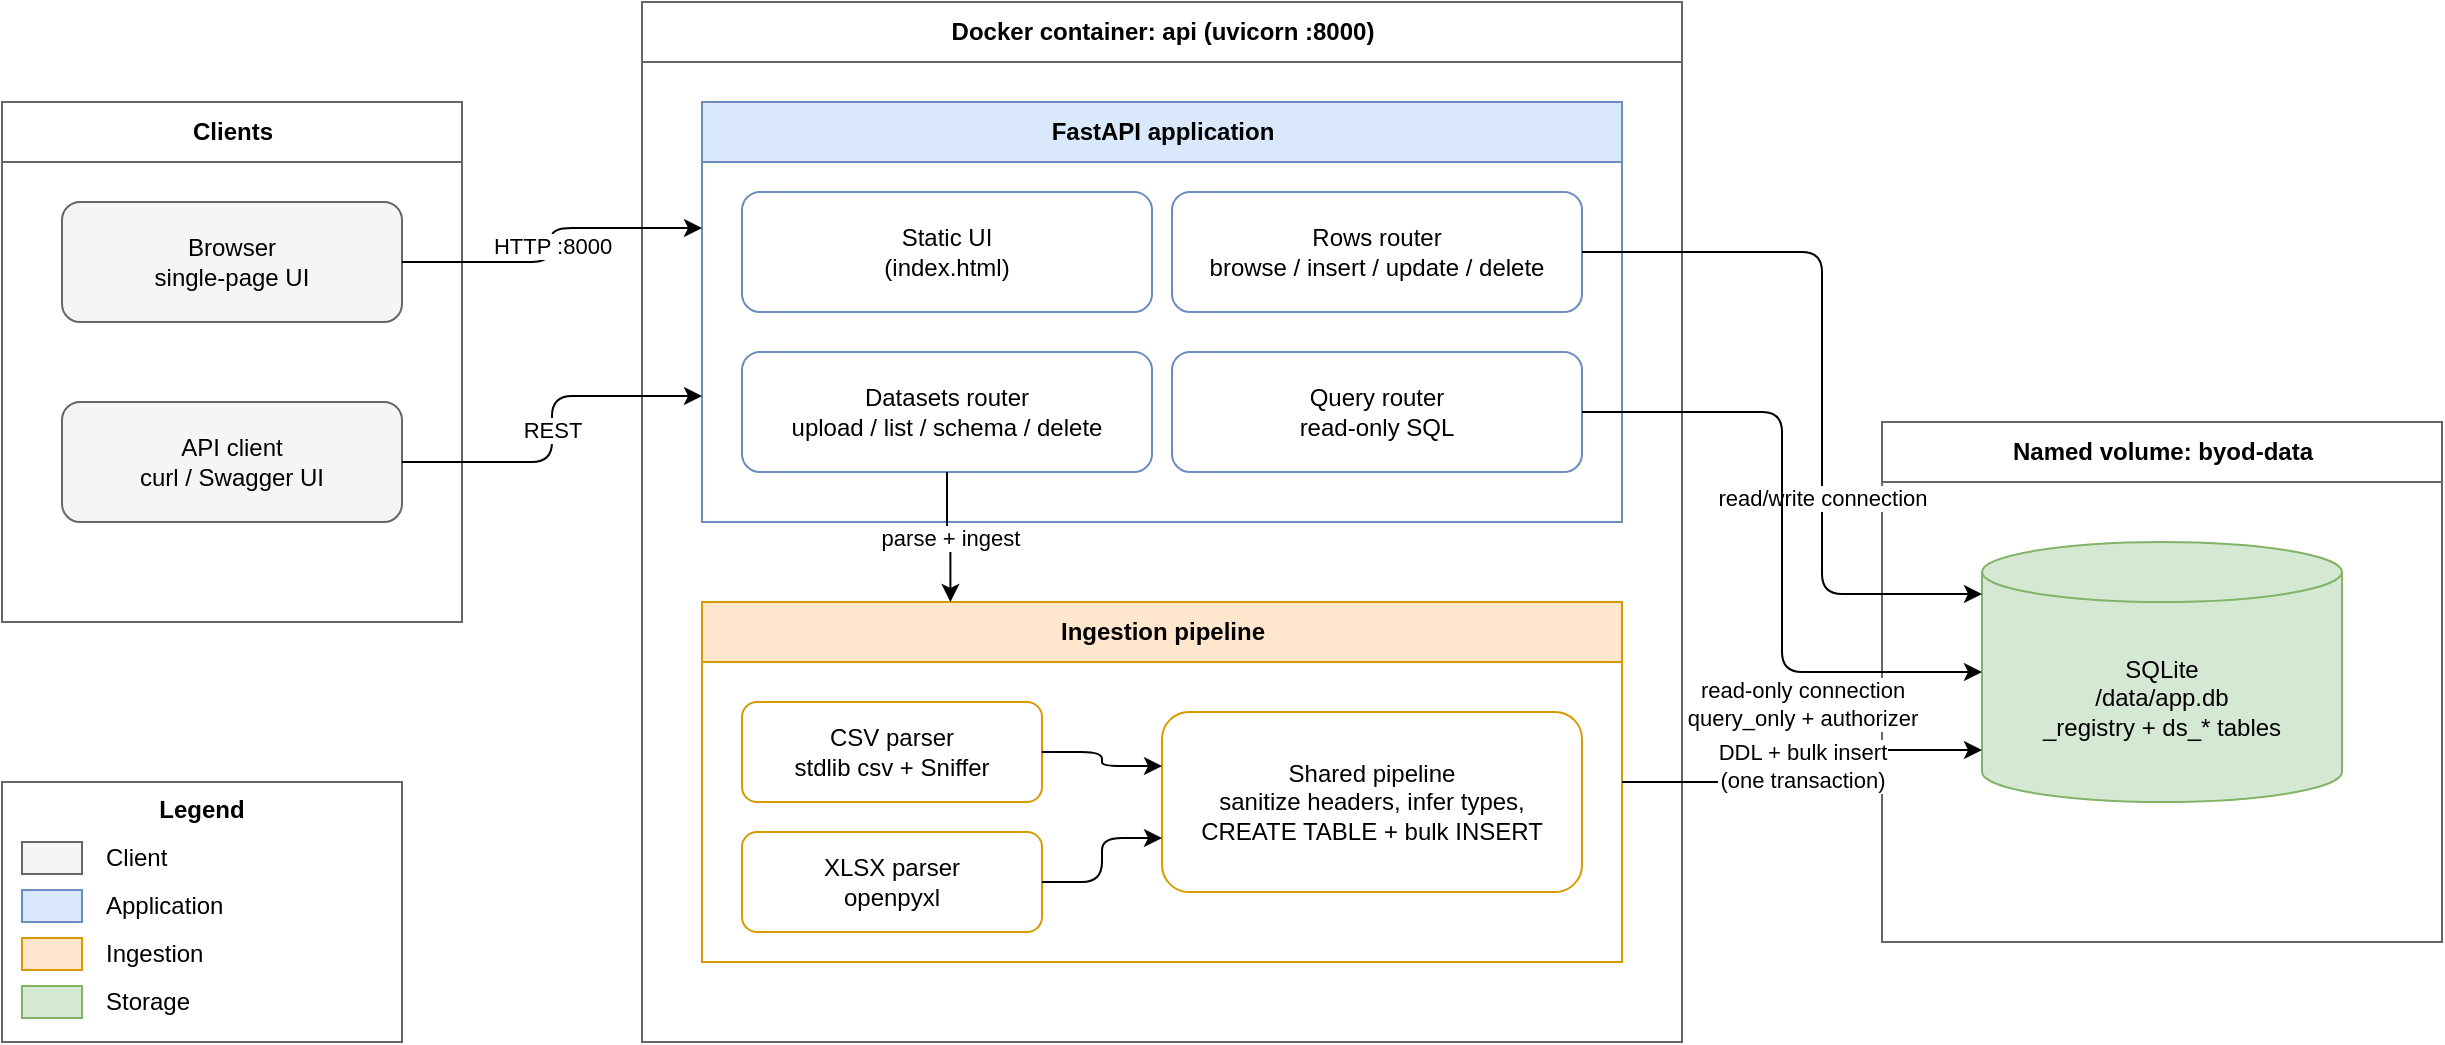
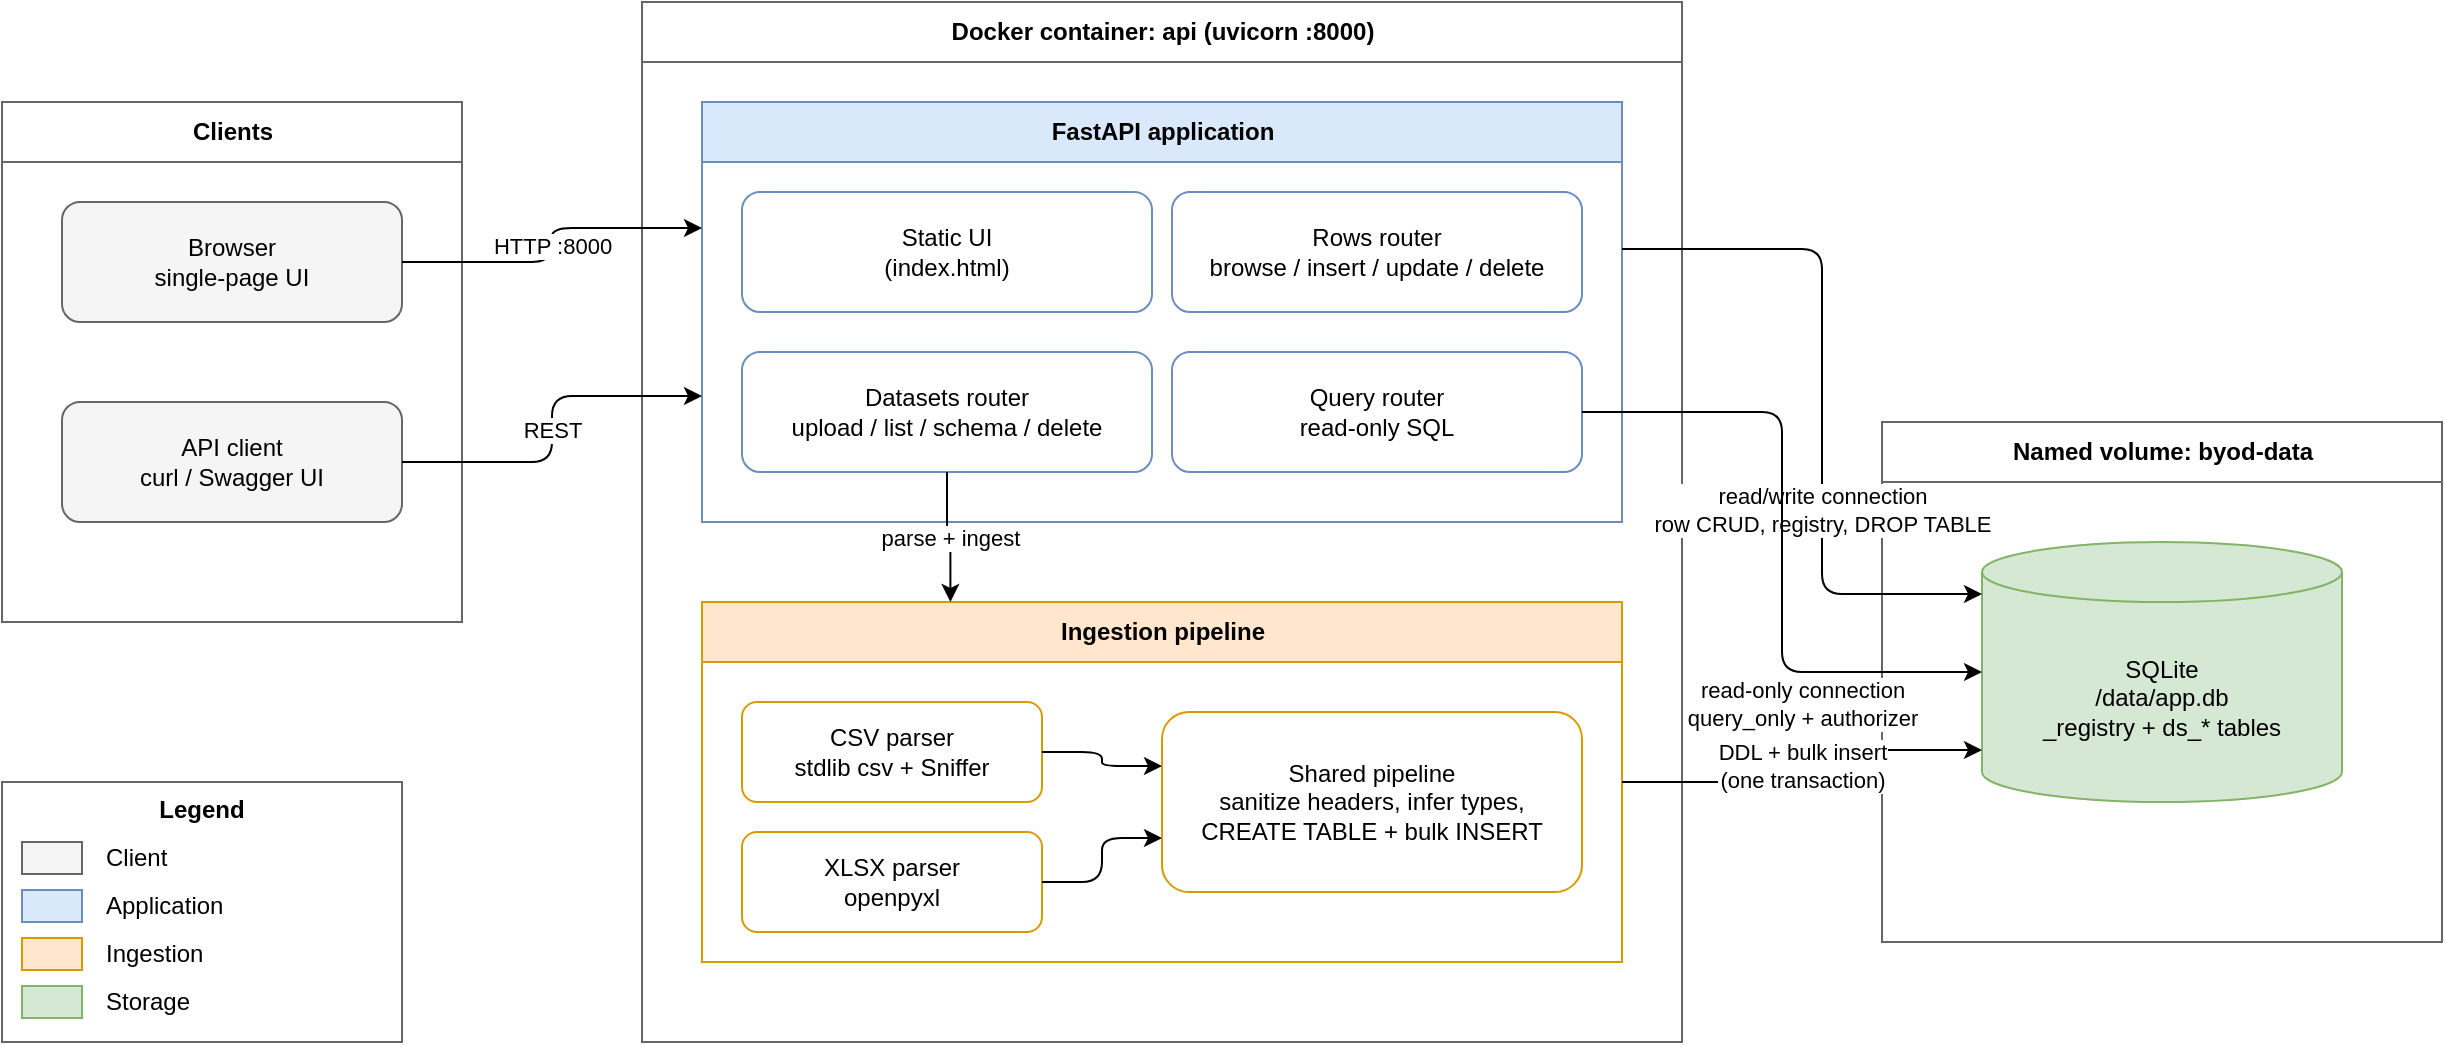
<?xml version="1.0" encoding="UTF-8"?>
<mxfile host="drawio" version="26.0.0">
  <diagram name="architecture">
    <mxGraphModel>
      <root>
        <mxCell id="0" />
        <mxCell id="1" parent="0" />

        <mxCell id="cli" value="Clients" style="swimlane;startSize=30;fillColor=none;strokeColor=#666666;html=1;pointerEvents=0;" vertex="1" parent="1">
          <mxGeometry x="40" y="90" width="230" height="260" as="geometry" />
        </mxCell>
        <mxCell id="br" value="Browser&#xa;single-page UI" style="rounded=1;whiteSpace=wrap;html=1;fillColor=#f5f5f5;strokeColor=#666666;" vertex="1" parent="cli">
          <mxGeometry x="30" y="50" width="170" height="60" as="geometry" />
        </mxCell>
        <mxCell id="ac" value="API client&#xa;curl / Swagger UI" style="rounded=1;whiteSpace=wrap;html=1;fillColor=#f5f5f5;strokeColor=#666666;" vertex="1" parent="cli">
          <mxGeometry x="30" y="150" width="170" height="60" as="geometry" />
        </mxCell>

        <mxCell id="dock" value="Docker container: api (uvicorn :8000)" style="swimlane;startSize=30;fillColor=none;strokeColor=#666666;html=1;pointerEvents=0;" vertex="1" parent="1">
          <mxGeometry x="360" y="40" width="520" height="520" as="geometry" />
        </mxCell>

        <mxCell id="fapi" value="FastAPI application" style="swimlane;startSize=30;fillColor=#dae8fc;strokeColor=#6c8ebf;html=1;" vertex="1" parent="dock">
          <mxGeometry x="30" y="50" width="460" height="210" as="geometry" />
        </mxCell>
        <mxCell id="sui" value="Static UI&#xa;(index.html)" style="rounded=1;whiteSpace=wrap;html=1;fillColor=#ffffff;strokeColor=#6c8ebf;" vertex="1" parent="fapi">
          <mxGeometry x="20" y="45" width="205" height="60" as="geometry" />
        </mxCell>
        <mxCell id="rr" value="Rows router&#xa;browse / insert / update / delete" style="rounded=1;whiteSpace=wrap;html=1;fillColor=#ffffff;strokeColor=#6c8ebf;" vertex="1" parent="fapi">
          <mxGeometry x="235" y="45" width="205" height="60" as="geometry" />
        </mxCell>
        <mxCell id="dr" value="Datasets router&#xa;upload / list / schema / delete" style="rounded=1;whiteSpace=wrap;html=1;fillColor=#ffffff;strokeColor=#6c8ebf;" vertex="1" parent="fapi">
          <mxGeometry x="20" y="125" width="205" height="60" as="geometry" />
        </mxCell>
        <mxCell id="qr" value="Query router&#xa;read-only SQL" style="rounded=1;whiteSpace=wrap;html=1;fillColor=#ffffff;strokeColor=#6c8ebf;" vertex="1" parent="fapi">
          <mxGeometry x="235" y="125" width="205" height="60" as="geometry" />
        </mxCell>

        <mxCell id="ing" value="Ingestion pipeline" style="swimlane;startSize=30;fillColor=#ffe6cc;strokeColor=#d79b00;html=1;" vertex="1" parent="dock">
          <mxGeometry x="30" y="300" width="460" height="180" as="geometry" />
        </mxCell>
        <mxCell id="csvp" value="CSV parser&#xa;stdlib csv + Sniffer" style="rounded=1;whiteSpace=wrap;html=1;fillColor=#ffffff;strokeColor=#d79b00;" vertex="1" parent="ing">
          <mxGeometry x="20" y="50" width="150" height="50" as="geometry" />
        </mxCell>
        <mxCell id="xlsp" value="XLSX parser&#xa;openpyxl" style="rounded=1;whiteSpace=wrap;html=1;fillColor=#ffffff;strokeColor=#d79b00;" vertex="1" parent="ing">
          <mxGeometry x="20" y="115" width="150" height="50" as="geometry" />
        </mxCell>
        <mxCell id="pipe" value="Shared pipeline&#xa;sanitize headers, infer types,&#xa;CREATE TABLE + bulk INSERT" style="rounded=1;whiteSpace=wrap;html=1;fillColor=#ffffff;strokeColor=#d79b00;" vertex="1" parent="ing">
          <mxGeometry x="230" y="55" width="210" height="90" as="geometry" />
        </mxCell>

        <mxCell id="vol" value="Named volume: byod-data" style="swimlane;startSize=30;fillColor=none;strokeColor=#666666;html=1;pointerEvents=0;" vertex="1" parent="1">
          <mxGeometry x="980" y="250" width="280" height="260" as="geometry" />
        </mxCell>
        <mxCell id="cyl" value="SQLite&#xa;/data/app.db&#xa;_registry + ds_* tables" style="shape=cylinder3;whiteSpace=wrap;html=1;fillColor=#d5e8d4;strokeColor=#82b366;boundedLbl=1;" vertex="1" parent="vol">
          <mxGeometry x="50" y="60" width="180" height="130" as="geometry" />
        </mxCell>

        <mxCell id="e1" value="HTTP :8000" style="edgeStyle=orthogonalEdgeStyle;rounded=1;orthogonalLoop=1;jettySize=auto;html=1;exitX=1;exitY=0.5;entryX=0;entryY=0.3;labelBackgroundColor=#ffffff;fontSize=11;" edge="1" parent="1" source="br" target="fapi">
          <mxGeometry relative="1" as="geometry" />
        </mxCell>
        <mxCell id="e2" value="REST" style="edgeStyle=orthogonalEdgeStyle;rounded=1;orthogonalLoop=1;jettySize=auto;html=1;exitX=1;exitY=0.5;entryX=0;entryY=0.7;labelBackgroundColor=#ffffff;fontSize=11;" edge="1" parent="1" source="ac" target="fapi">
          <mxGeometry relative="1" as="geometry" />
        </mxCell>
        <mxCell id="e3" value="parse + ingest" style="edgeStyle=orthogonalEdgeStyle;rounded=1;orthogonalLoop=1;jettySize=auto;html=1;exitX=0.5;exitY=1;entryX=0.27;entryY=0;labelBackgroundColor=#ffffff;fontSize=11;" edge="1" parent="1" source="dr" target="ing">
          <mxGeometry relative="1" as="geometry" />
        </mxCell>
        <mxCell id="e7" style="edgeStyle=orthogonalEdgeStyle;rounded=1;orthogonalLoop=1;jettySize=auto;html=1;exitX=1;exitY=0.5;entryX=0;entryY=0.3;" edge="1" parent="1" source="csvp" target="pipe">
          <mxGeometry relative="1" as="geometry" />
        </mxCell>
        <mxCell id="e8" style="edgeStyle=orthogonalEdgeStyle;rounded=1;orthogonalLoop=1;jettySize=auto;html=1;exitX=1;exitY=0.5;entryX=0;entryY=0.7;" edge="1" parent="1" source="xlsp" target="pipe">
          <mxGeometry relative="1" as="geometry" />
        </mxCell>
        <mxCell id="e4" value="DDL + bulk insert&#xa;(one transaction)" style="edgeStyle=orthogonalEdgeStyle;rounded=1;orthogonalLoop=1;jettySize=auto;html=1;exitX=1;exitY=0.5;entryX=0;entryY=0.8;labelBackgroundColor=#ffffff;fontSize=11;" edge="1" parent="1" source="ing" target="cyl">
          <mxGeometry relative="1" as="geometry" />
        </mxCell>
-         <mxCell id="e5" value="read/write connection" style="edgeStyle=orthogonalEdgeStyle;rounded=1;orthogonalLoop=1;jettySize=auto;html=1;exitX=1;exitY=0.5;entryX=0;entryY=0.2;labelBackgroundColor=#ffffff;fontSize=11;" edge="1" parent="1" source="rr" target="cyl">
+         <mxCell id="e5" value="read/write connection&#xa;row CRUD, registry, DROP TABLE" style="edgeStyle=orthogonalEdgeStyle;rounded=1;orthogonalLoop=1;jettySize=auto;html=1;exitX=1;exitY=0.35;entryX=0;entryY=0.2;labelBackgroundColor=#ffffff;fontSize=11;" edge="1" parent="1" source="fapi" target="cyl">
          <mxGeometry x="0.35" relative="1" as="geometry">
            <Array as="points">
              <mxPoint x="950" y="336" />
            </Array>
            <mxPoint y="-8" as="offset" />
          </mxGeometry>
        </mxCell>
        <mxCell id="e6" value="read-only connection&#xa;query_only + authorizer" style="edgeStyle=orthogonalEdgeStyle;rounded=1;orthogonalLoop=1;jettySize=auto;html=1;exitX=1;exitY=0.5;entryX=0;entryY=0.5;labelBackgroundColor=#ffffff;fontSize=11;" edge="1" parent="1" source="qr" target="cyl">
          <mxGeometry x="0.45" relative="1" as="geometry">
            <Array as="points">
              <mxPoint x="930" y="375" />
            </Array>
            <mxPoint y="16" as="offset" />
          </mxGeometry>
        </mxCell>

        <mxCell id="leg" value="Legend" style="rounded=0;whiteSpace=wrap;html=1;fillColor=none;strokeColor=#666666;verticalAlign=top;fontStyle=1;" vertex="1" parent="1">
          <mxGeometry x="40" y="430" width="200" height="130" as="geometry" />
        </mxCell>
        <mxCell id="leg1" value="" style="rounded=0;html=1;fillColor=#f5f5f5;strokeColor=#666666;" vertex="1" parent="leg">
          <mxGeometry x="10" y="30" width="30" height="16" as="geometry" />
        </mxCell>
        <mxCell id="leg1t" value="Client" style="text;html=1;align=left;verticalAlign=middle;" vertex="1" parent="leg">
          <mxGeometry x="50" y="28" width="140" height="20" as="geometry" />
        </mxCell>
        <mxCell id="leg2" value="" style="rounded=0;html=1;fillColor=#dae8fc;strokeColor=#6c8ebf;" vertex="1" parent="leg">
          <mxGeometry x="10" y="54" width="30" height="16" as="geometry" />
        </mxCell>
        <mxCell id="leg2t" value="Application" style="text;html=1;align=left;verticalAlign=middle;" vertex="1" parent="leg">
          <mxGeometry x="50" y="52" width="140" height="20" as="geometry" />
        </mxCell>
        <mxCell id="leg3" value="" style="rounded=0;html=1;fillColor=#ffe6cc;strokeColor=#d79b00;" vertex="1" parent="leg">
          <mxGeometry x="10" y="78" width="30" height="16" as="geometry" />
        </mxCell>
        <mxCell id="leg3t" value="Ingestion" style="text;html=1;align=left;verticalAlign=middle;" vertex="1" parent="leg">
          <mxGeometry x="50" y="76" width="140" height="20" as="geometry" />
        </mxCell>
        <mxCell id="leg4" value="" style="rounded=0;html=1;fillColor=#d5e8d4;strokeColor=#82b366;" vertex="1" parent="leg">
          <mxGeometry x="10" y="102" width="30" height="16" as="geometry" />
        </mxCell>
        <mxCell id="leg4t" value="Storage" style="text;html=1;align=left;verticalAlign=middle;" vertex="1" parent="leg">
          <mxGeometry x="50" y="100" width="140" height="20" as="geometry" />
        </mxCell>
      </root>
    </mxGraphModel>
  </diagram>
</mxfile>
